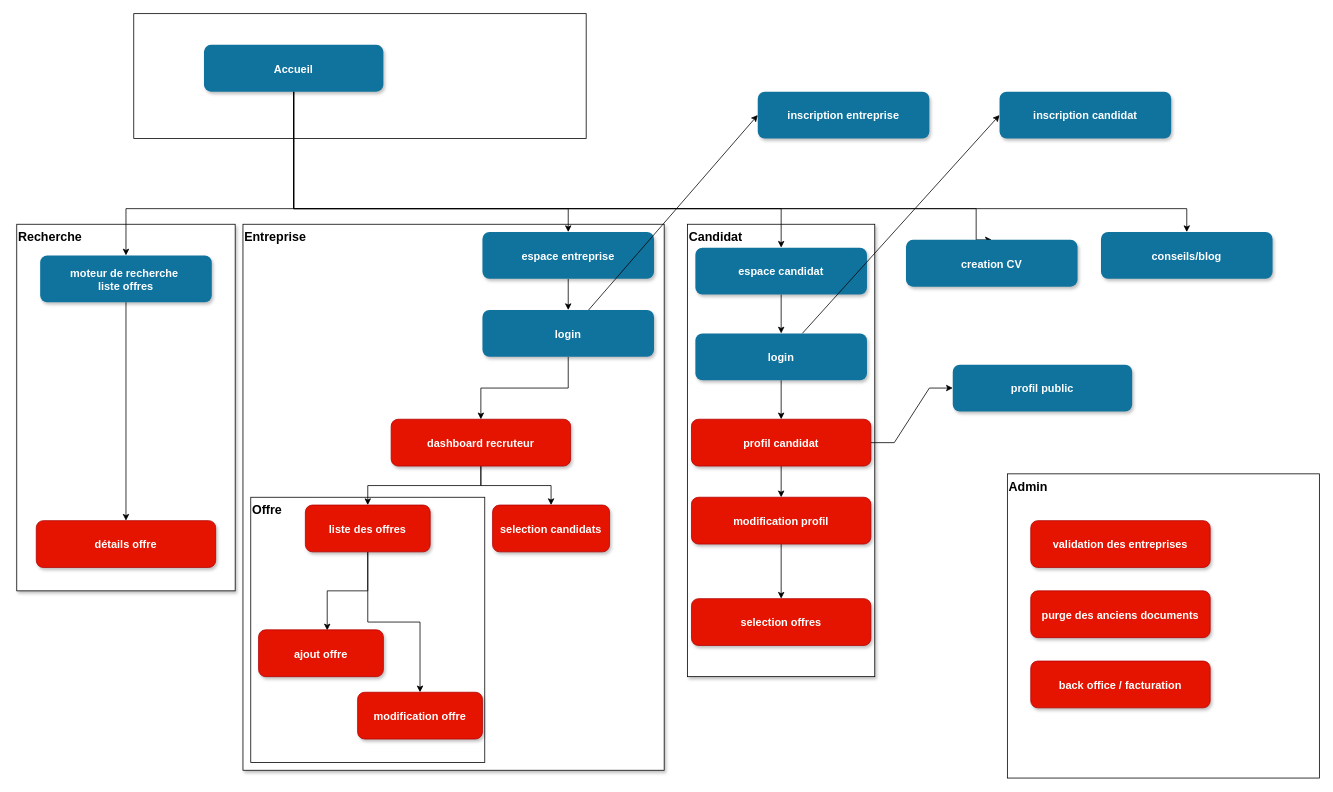
Above: doc/Navigation.drawio in cangui2/candidatheque (draw.io), before the change. Source tidied: cells renumbered, new cells numbered last; positions are measured from the earlier drawing's top-left corner, leaving out a move shared by most shapes. Both pictures are drawn from the tidied source at 78%, with x=0, y=0 at pixel (16, 13).
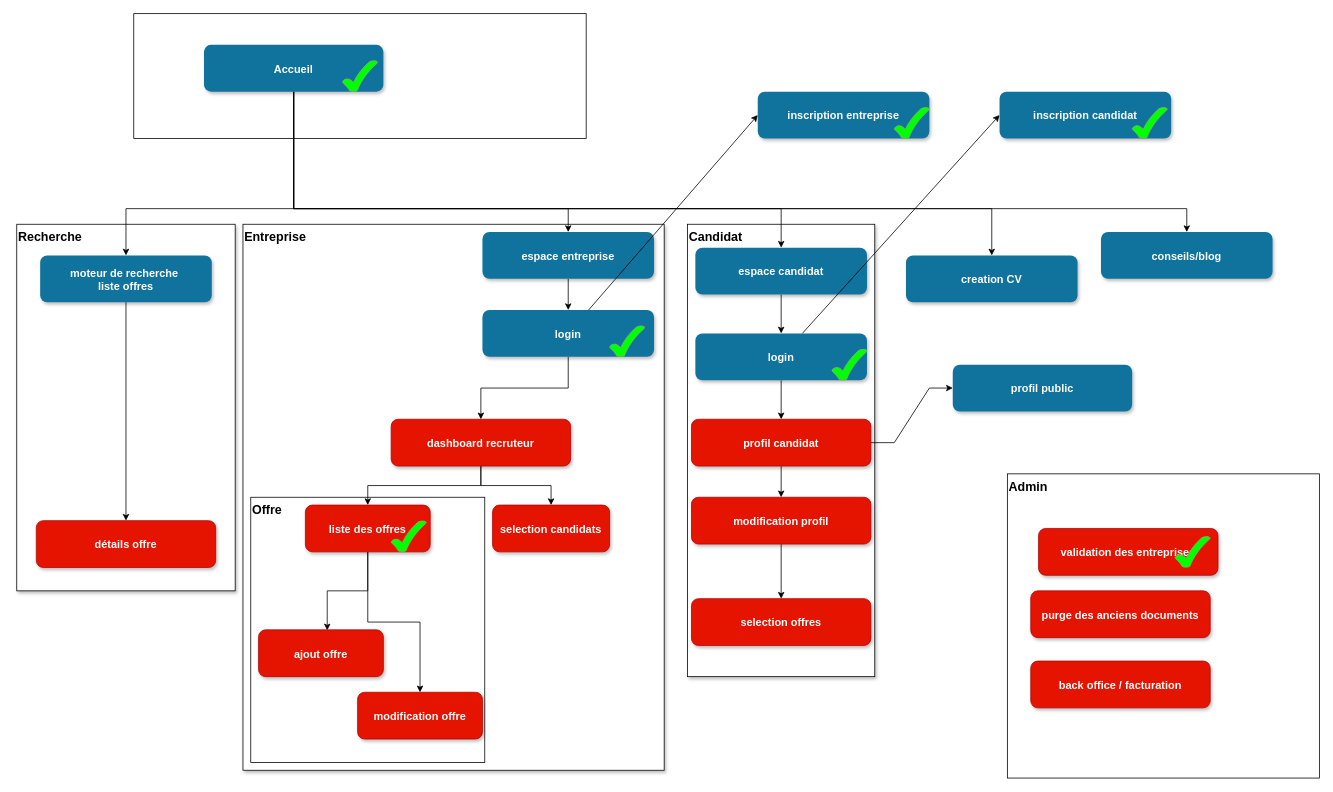
Above is the later version.

The change refers to these unchanged cells:
```xml
<mxCell id="13" value="Accueil" style="rounded=1;fillColor=#10739E;strokeColor=none;shadow=1;gradientColor=none;fontStyle=1;fontColor=#FFFFFF;fontSize=14;" parent="1" vertex="1">
  <mxGeometry x="240" y="40" width="230" height="60" as="geometry" />
</mxCell>
```

Diff of the diagram source:
```diff
@@
     <mxCell id="10" style="edgeStyle=orthogonalEdgeStyle;rounded=0;jettySize=auto;html=1;entryX=0.5;entryY=0;entryDx=0;entryDy=0;" parent="1" edge="1" source="13" target="33">
       <mxGeometry relative="1" as="geometry">
         <Array as="points">
           <mxPoint x="355" y="250" />
-          <mxPoint x="1230" y="250" />
+          <mxPoint x="1250" y="250" />
         </Array>
       </mxGeometry>
     </mxCell>
@@
     <mxCell id="33" value="creation CV" style="rounded=1;fillColor=#10739E;strokeColor=none;shadow=1;gradientColor=none;fontStyle=1;fontColor=#FFFFFF;fontSize=14;" parent="1" vertex="1">
-      <mxGeometry x="1140" y="290" width="220" height="60" as="geometry" />
+      <mxGeometry x="1140" y="310" width="220" height="60" as="geometry" />
     </mxCell>
@@
     <mxCell id="47" value="validation des entreprises" style="rounded=1;fillColor=#e51400;strokeColor=#B20000;shadow=1;fontStyle=1;fontColor=#ffffff;fontSize=14;" parent="1" vertex="1">
-      <mxGeometry x="1300" y="650" width="230" height="60" as="geometry" />
+      <mxGeometry x="1310" y="660" width="230" height="60" as="geometry" />
     </mxCell>
@@
+    <mxCell id="50" style="verticalLabelPosition=bottom;verticalAlign=top;html=1;shape=mxgraph.basic.tick;strokeColor=#82b366;fillColor=#00FF00;" parent="1" vertex="1">
+      <mxGeometry x="1485" y="670" width="45" height="40" as="geometry" />
+    </mxCell>
+    <mxCell id="51" style="verticalLabelPosition=bottom;verticalAlign=top;html=1;shape=mxgraph.basic.tick;strokeColor=#82b366;fillColor=#00FF00;" parent="1" vertex="1">
+      <mxGeometry x="1045" y="430" width="45" height="40" as="geometry" />
+    </mxCell>
+    <mxCell id="52" style="verticalLabelPosition=bottom;verticalAlign=top;html=1;shape=mxgraph.basic.tick;strokeColor=#82b366;fillColor=#00FF00;" parent="1" vertex="1">
+      <mxGeometry x="760" y="400" width="45" height="40" as="geometry" />
+    </mxCell>
+    <mxCell id="53" style="verticalLabelPosition=bottom;verticalAlign=top;html=1;shape=mxgraph.basic.tick;strokeColor=#82b366;fillColor=#00FF00;" parent="1" vertex="1">
+      <mxGeometry x="480" y="650" width="45" height="40" as="geometry" />
+    </mxCell>
+    <mxCell id="54" style="verticalLabelPosition=bottom;verticalAlign=top;html=1;shape=mxgraph.basic.tick;strokeColor=#82b366;fillColor=#00FF00;" parent="1" vertex="1">
+      <mxGeometry x="1125" y="120" width="45" height="40" as="geometry" />
+    </mxCell>
+    <mxCell id="55" style="verticalLabelPosition=bottom;verticalAlign=top;html=1;shape=mxgraph.basic.tick;strokeColor=#82b366;fillColor=#00FF00;" parent="1" vertex="1">
+      <mxGeometry x="1430" y="120" width="45" height="40" as="geometry" />
+    </mxCell>
+    <mxCell id="56" style="verticalLabelPosition=bottom;verticalAlign=top;html=1;shape=mxgraph.basic.tick;strokeColor=#82b366;fillColor=#00FF00;" parent="1" vertex="1">
+      <mxGeometry x="417.5" y="60" width="45" height="40" as="geometry" />
+    </mxCell>
```
